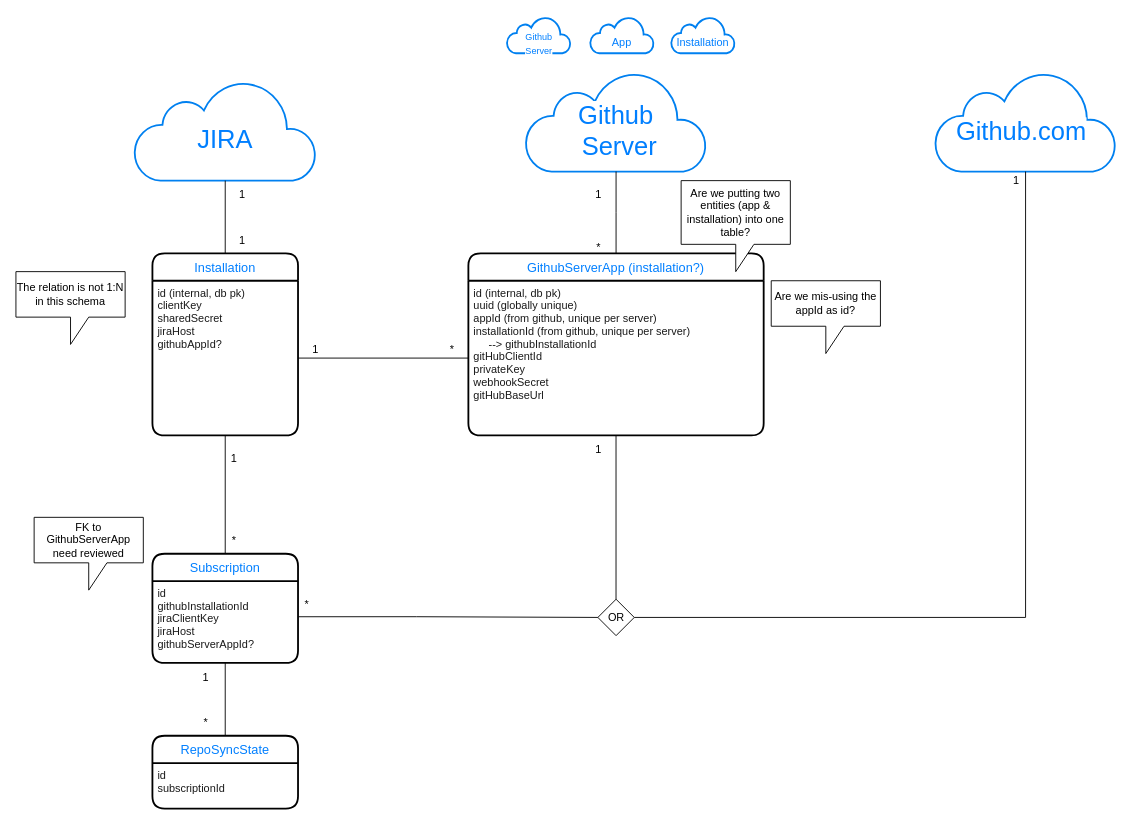
Earlier version of the draw.io diagram docs/draw.io/data-model.drawio.xml (atlassian/github-for-jira). Source tidied: cells renumbered, new cells numbered last; positions are measured from the earlier drawing's top-left corner, leaving out a move shared by most shapes. Both pictures are drawn from the tidied source at 91%, with x=0, y=0 at pixel (15, 16).
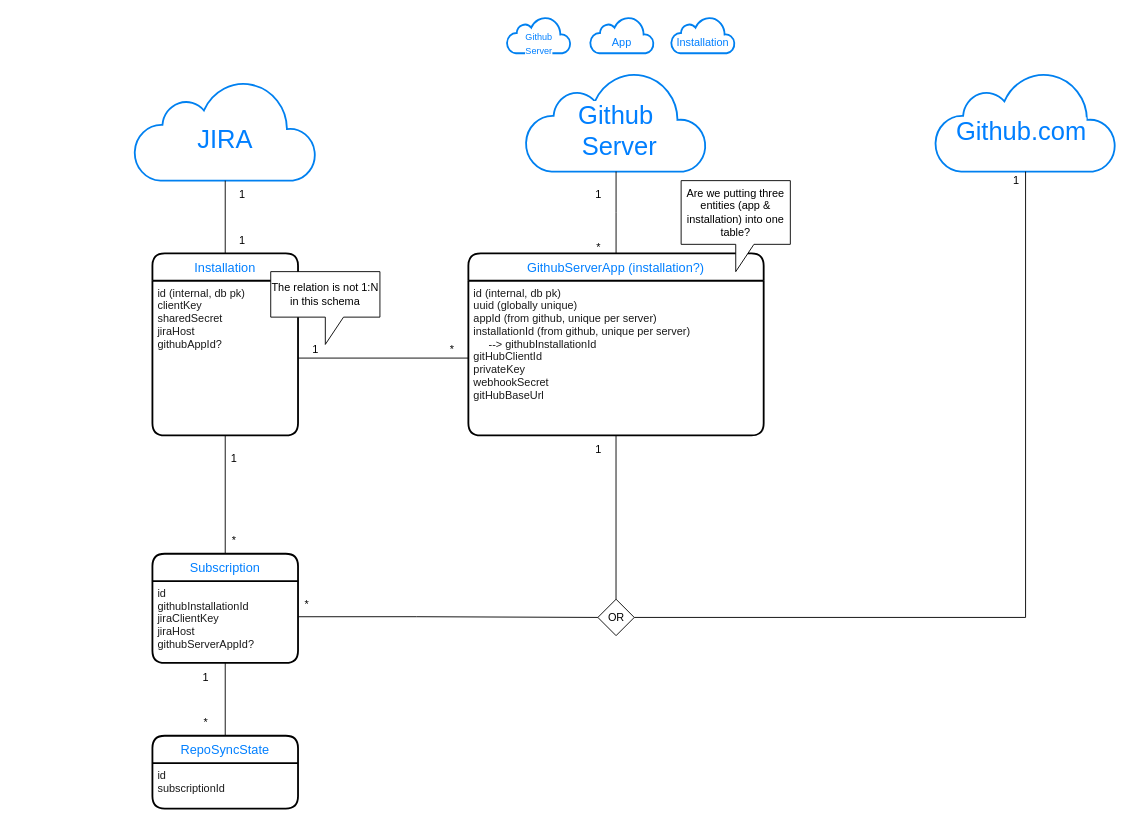
The same page after the edit.

The edit, as a diff of the source:
```diff
@@
-    <mxCell id="41" value="Are we mis-using the appId as id?" style="shape=callout;whiteSpace=wrap;html=1;perimeter=calloutPerimeter;" parent="1" vertex="1">
-      <mxGeometry x="830" y="290" width="120" height="80" as="geometry" />
-    </mxCell>
-    <mxCell id="42" value="Are we putting two entities (app &amp;amp; installation) into one table?" style="shape=callout;whiteSpace=wrap;html=1;perimeter=calloutPerimeter;" parent="1" vertex="1">
+    <mxCell id="42" value="Are we putting three entities (app &amp;amp; installation) into one table?" style="shape=callout;whiteSpace=wrap;html=1;perimeter=calloutPerimeter;" parent="1" vertex="1">
       <mxGeometry x="731" y="180" width="120" height="100" as="geometry" />
     </mxCell>
     <mxCell id="43" value="The relation is not 1:N in this schema" style="shape=callout;whiteSpace=wrap;html=1;perimeter=calloutPerimeter;" parent="1" vertex="1">
-      <mxGeometry y="280" width="120" height="80" as="geometry" />
+      <mxGeometry x="280" y="280" width="120" height="80" as="geometry" />
     </mxCell>
-    <mxCell id="44" value="FK to GithubServerApp&lt;br&gt;need reviewed" style="shape=callout;whiteSpace=wrap;html=1;perimeter=calloutPerimeter;" parent="1" vertex="1">
-      <mxGeometry x="20" y="550" width="120" height="80" as="geometry" />
-    </mxCell>
```
